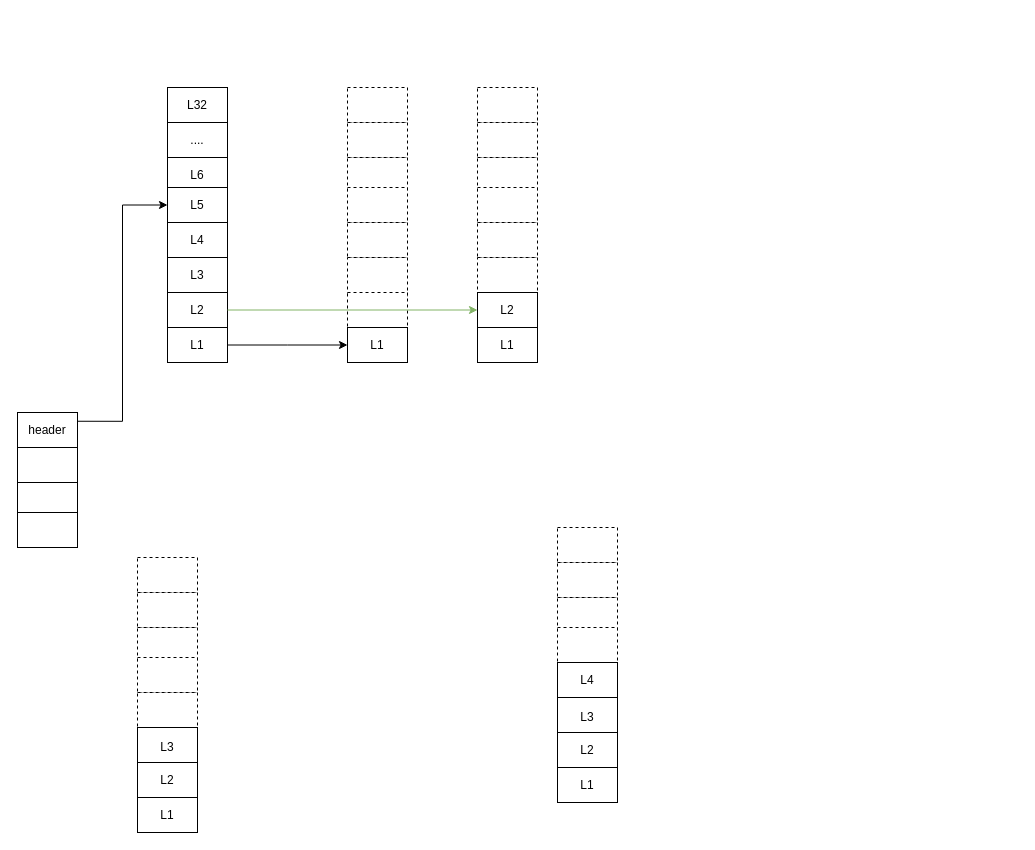
Before: skiplist.drawio in ffashion/drawio, a draw.io diagram. Source tidied: cells renumbered, new cells numbered last; positions are measured from the earlier drawing's top-left corner, leaving out a move shared by most shapes. Both pictures are drawn from the tidied source at 100%, with x=0, y=0 at pixel (17, 87).
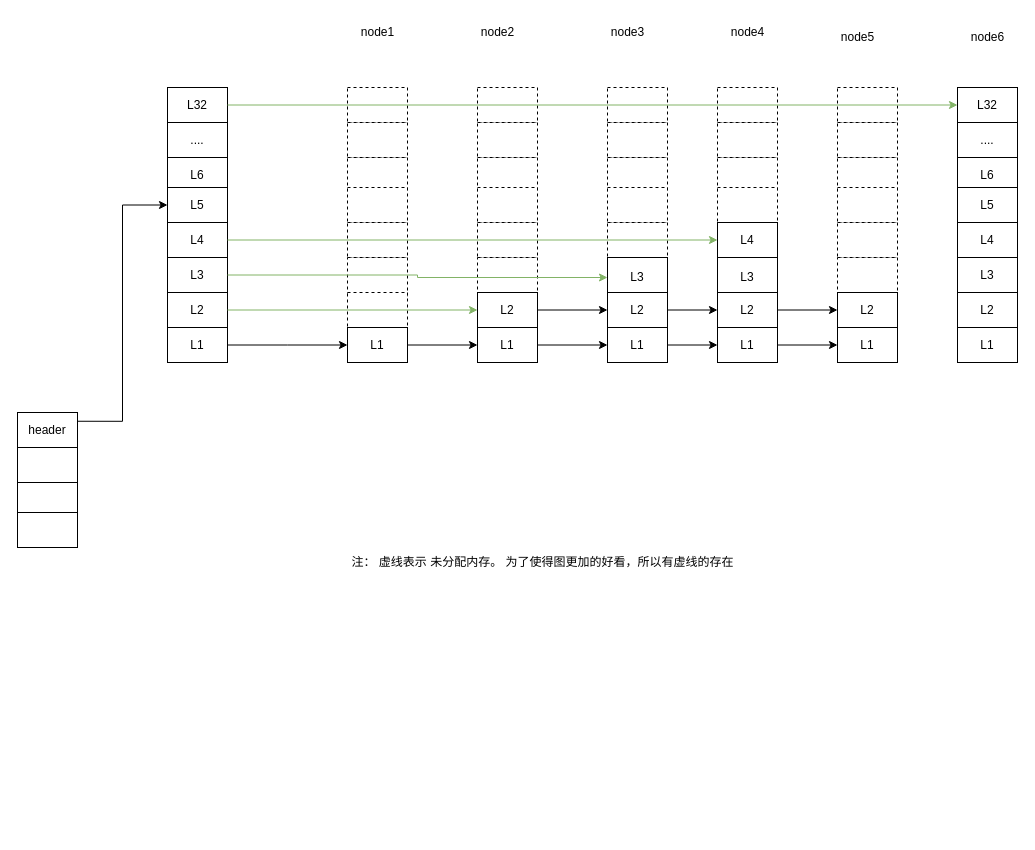
After the change.

Unchanged cells that the change refers to:
```xml
<mxCell id="7" value="L32" style="rounded=0;whiteSpace=wrap;html=1;" parent="1" vertex="1">
  <mxGeometry x="150" width="60" height="35" as="geometry" />
</mxCell>
<mxCell id="11" value="L4" style="rounded=0;whiteSpace=wrap;html=1;" parent="1" vertex="1">
  <mxGeometry x="150" y="135" width="60" height="35" as="geometry" />
</mxCell>
<mxCell id="12" value="L3" style="rounded=0;whiteSpace=wrap;html=1;" parent="1" vertex="1">
  <mxGeometry x="150" y="170" width="60" height="35" as="geometry" />
</mxCell>
<mxCell id="22" value="L2" style="rounded=0;whiteSpace=wrap;html=1;labelBorderColor=none;labelBackgroundColor=none;" parent="1" vertex="1">
  <mxGeometry x="460" y="205" width="60" height="35" as="geometry" />
</mxCell>
<mxCell id="23" value="L1" style="rounded=0;whiteSpace=wrap;html=1;" parent="1" vertex="1">
  <mxGeometry x="460" y="240" width="60" height="35" as="geometry" />
</mxCell>
<mxCell id="31" value="L1" style="rounded=0;whiteSpace=wrap;html=1;" parent="1" vertex="1">
  <mxGeometry x="330" y="240" width="60" height="35" as="geometry" />
</mxCell>
```

The edit, as a diff of the source:
```diff
@@
+    <mxCell id="49" style="edgeStyle=orthogonalEdgeStyle;rounded=0;jettySize=auto;html=1;exitX=1;exitY=0.5;exitDx=0;exitDy=0;entryX=0;entryY=0.5;entryDx=0;entryDy=0;" parent="1" edge="1" source="22" target="38">
+      <mxGeometry relative="1" as="geometry" />
+    </mxCell>
@@
+    <mxCell id="50" style="edgeStyle=orthogonalEdgeStyle;rounded=0;jettySize=auto;html=1;exitX=1;exitY=0.5;exitDx=0;exitDy=0;" parent="1" edge="1" source="23" target="39">
+      <mxGeometry relative="1" as="geometry" />
+    </mxCell>
@@
+    <mxCell id="51" style="edgeStyle=orthogonalEdgeStyle;rounded=0;jettySize=auto;html=1;exitX=1;exitY=0.5;exitDx=0;exitDy=0;" parent="1" edge="1" source="31" target="23">
+      <mxGeometry relative="1" as="geometry" />
+    </mxCell>
@@
     <mxCell id="32" style="rounded=0;whiteSpace=wrap;html=1;dashed=1;" parent="1" vertex="1">
-      <mxGeometry x="120" y="470" width="60" height="35" as="geometry" />
+      <mxGeometry x="590" width="60" height="35" as="geometry" />
     </mxCell>
     <mxCell id="33" style="rounded=0;whiteSpace=wrap;html=1;dashed=1;" parent="1" vertex="1">
-      <mxGeometry x="120" y="505" width="60" height="35" as="geometry" />
+      <mxGeometry x="590" y="35" width="60" height="35" as="geometry" />
     </mxCell>
     <mxCell id="34" style="rounded=0;whiteSpace=wrap;html=1;dashed=1;" parent="1" vertex="1">
-      <mxGeometry x="120" y="540" width="60" height="35" as="geometry" />
+      <mxGeometry x="590" y="70" width="60" height="35" as="geometry" />
     </mxCell>
     <mxCell id="35" style="rounded=0;whiteSpace=wrap;html=1;dashed=1;" parent="1" vertex="1">
-      <mxGeometry x="120" y="570" width="60" height="35" as="geometry" />
+      <mxGeometry x="590" y="100" width="60" height="35" as="geometry" />
     </mxCell>
     <mxCell id="36" style="rounded=0;whiteSpace=wrap;html=1;dashed=1;" parent="1" vertex="1">
-      <mxGeometry x="120" y="605" width="60" height="35" as="geometry" />
+      <mxGeometry x="590" y="135" width="60" height="35" as="geometry" />
     </mxCell>
     <mxCell id="37" value="L3" style="rounded=0;whiteSpace=wrap;html=1;" parent="1" vertex="1">
-      <mxGeometry x="120" y="640" width="60" height="40" as="geometry" />
+      <mxGeometry x="590" y="170" width="60" height="40" as="geometry" />
     </mxCell>
+    <mxCell id="52" style="edgeStyle=orthogonalEdgeStyle;rounded=0;jettySize=auto;html=1;exitX=1;exitY=0.5;exitDx=0;exitDy=0;" parent="1" edge="1" source="38" target="46">
+      <mxGeometry relative="1" as="geometry" />
+    </mxCell>
     <mxCell id="38" value="L2" style="rounded=0;whiteSpace=wrap;html=1;labelBorderColor=none;labelBackgroundColor=none;" parent="1" vertex="1">
-      <mxGeometry x="120" y="675" width="60" height="35" as="geometry" />
+      <mxGeometry x="590" y="205" width="60" height="35" as="geometry" />
     </mxCell>
+    <mxCell id="53" style="edgeStyle=orthogonalEdgeStyle;rounded=0;jettySize=auto;html=1;exitX=1;exitY=0.5;exitDx=0;exitDy=0;entryX=0;entryY=0.5;entryDx=0;entryDy=0;" parent="1" edge="1" source="39" target="47">
+      <mxGeometry relative="1" as="geometry" />
+    </mxCell>
     <mxCell id="39" value="L1" style="rounded=0;whiteSpace=wrap;html=1;" parent="1" vertex="1">
-      <mxGeometry x="120" y="710" width="60" height="35" as="geometry" />
+      <mxGeometry x="590" y="240" width="60" height="35" as="geometry" />
     </mxCell>
     <mxCell id="40" style="rounded=0;whiteSpace=wrap;html=1;dashed=1;" parent="1" vertex="1">
-      <mxGeometry x="540" y="440" width="60" height="35" as="geometry" />
+      <mxGeometry x="700" width="60" height="35" as="geometry" />
     </mxCell>
     <mxCell id="41" style="rounded=0;whiteSpace=wrap;html=1;dashed=1;" parent="1" vertex="1">
-      <mxGeometry x="540" y="475" width="60" height="35" as="geometry" />
+      <mxGeometry x="700" y="35" width="60" height="35" as="geometry" />
     </mxCell>
     <mxCell id="42" style="rounded=0;whiteSpace=wrap;html=1;dashed=1;" parent="1" vertex="1">
-      <mxGeometry x="540" y="510" width="60" height="35" as="geometry" />
+      <mxGeometry x="700" y="70" width="60" height="35" as="geometry" />
     </mxCell>
     <mxCell id="43" style="rounded=0;whiteSpace=wrap;html=1;dashed=1;" parent="1" vertex="1">
-      <mxGeometry x="540" y="540" width="60" height="35" as="geometry" />
+      <mxGeometry x="700" y="100" width="60" height="35" as="geometry" />
     </mxCell>
     <mxCell id="44" value="L4" style="rounded=0;whiteSpace=wrap;html=1;" parent="1" vertex="1">
-      <mxGeometry x="540" y="575" width="60" height="35" as="geometry" />
+      <mxGeometry x="700" y="135" width="60" height="35" as="geometry" />
     </mxCell>
     <mxCell id="45" value="L3" style="rounded=0;whiteSpace=wrap;html=1;" parent="1" vertex="1">
-      <mxGeometry x="540" y="610" width="60" height="40" as="geometry" />
+      <mxGeometry x="700" y="170" width="60" height="40" as="geometry" />
     </mxCell>
+    <mxCell id="54" style="edgeStyle=orthogonalEdgeStyle;rounded=0;jettySize=auto;html=1;exitX=1;exitY=0.5;exitDx=0;exitDy=0;entryX=0;entryY=0.5;entryDx=0;entryDy=0;" parent="1" edge="1" source="46" target="65">
+      <mxGeometry relative="1" as="geometry" />
+    </mxCell>
     <mxCell id="46" value="L2" style="rounded=0;whiteSpace=wrap;html=1;labelBorderColor=none;labelBackgroundColor=none;" parent="1" vertex="1">
-      <mxGeometry x="540" y="645" width="60" height="35" as="geometry" />
+      <mxGeometry x="700" y="205" width="60" height="35" as="geometry" />
     </mxCell>
+    <mxCell id="55" style="edgeStyle=orthogonalEdgeStyle;rounded=0;jettySize=auto;html=1;exitX=1;exitY=0.5;exitDx=0;exitDy=0;entryX=0;entryY=0.5;entryDx=0;entryDy=0;" parent="1" edge="1" source="47" target="66">
+      <mxGeometry relative="1" as="geometry" />
+    </mxCell>
     <mxCell id="47" value="L1" style="rounded=0;whiteSpace=wrap;html=1;" parent="1" vertex="1">
-      <mxGeometry x="540" y="680" width="60" height="35" as="geometry" />
+      <mxGeometry x="700" y="240" width="60" height="35" as="geometry" />
     </mxCell>
@@
+    <mxCell id="56" style="edgeStyle=orthogonalEdgeStyle;rounded=0;jettySize=auto;html=1;exitX=1;exitY=0.5;exitDx=0;exitDy=0;fillColor=#d5e8d4;strokeColor=#82b366;" parent="1" edge="1" source="11" target="44">
+      <mxGeometry relative="1" as="geometry" />
+    </mxCell>
+    <mxCell id="57" style="edgeStyle=orthogonalEdgeStyle;rounded=0;jettySize=auto;html=1;exitX=1;exitY=0.5;exitDx=0;exitDy=0;entryX=0;entryY=0.5;entryDx=0;entryDy=0;fillColor=#d5e8d4;strokeColor=#82b366;" parent="1" edge="1" source="12" target="37">
+      <mxGeometry relative="1" as="geometry" />
+    </mxCell>
+    <mxCell id="58" value="node1" style="text;html=1;align=center;verticalAlign=middle;strokeColor=none;fillColor=none;" parent="1" vertex="1">
+      <mxGeometry x="330" y="-70" width="60" height="30" as="geometry" />
+    </mxCell>
+    <mxCell id="59" style="rounded=0;whiteSpace=wrap;html=1;dashed=1;" parent="1" vertex="1">
+      <mxGeometry x="820" width="60" height="35" as="geometry" />
+    </mxCell>
+    <mxCell id="60" style="rounded=0;whiteSpace=wrap;html=1;dashed=1;" parent="1" vertex="1">
+      <mxGeometry x="820" y="35" width="60" height="35" as="geometry" />
+    </mxCell>
+    <mxCell id="61" style="rounded=0;whiteSpace=wrap;html=1;dashed=1;" parent="1" vertex="1">
+      <mxGeometry x="820" y="70" width="60" height="35" as="geometry" />
+    </mxCell>
+    <mxCell id="62" style="rounded=0;whiteSpace=wrap;html=1;dashed=1;" parent="1" vertex="1">
+      <mxGeometry x="820" y="100" width="60" height="35" as="geometry" />
+    </mxCell>
+    <mxCell id="63" style="rounded=0;whiteSpace=wrap;html=1;dashed=1;" parent="1" vertex="1">
+      <mxGeometry x="820" y="135" width="60" height="35" as="geometry" />
+    </mxCell>
+    <mxCell id="64" style="rounded=0;whiteSpace=wrap;html=1;dashed=1;" parent="1" vertex="1">
+      <mxGeometry x="820" y="170" width="60" height="40" as="geometry" />
+    </mxCell>
+    <mxCell id="65" value="L2" style="rounded=0;whiteSpace=wrap;html=1;labelBorderColor=none;labelBackgroundColor=none;" parent="1" vertex="1">
+      <mxGeometry x="820" y="205" width="60" height="35" as="geometry" />
+    </mxCell>
+    <mxCell id="66" value="L1" style="rounded=0;whiteSpace=wrap;html=1;" parent="1" vertex="1">
+      <mxGeometry x="820" y="240" width="60" height="35" as="geometry" />
+    </mxCell>
+    <mxCell id="67" value="node2" style="text;html=1;align=center;verticalAlign=middle;strokeColor=none;fillColor=none;" parent="1" vertex="1">
+      <mxGeometry x="450" y="-70" width="60" height="30" as="geometry" />
+    </mxCell>
+    <mxCell id="68" value="node3" style="text;html=1;align=center;verticalAlign=middle;strokeColor=none;fillColor=none;" parent="1" vertex="1">
+      <mxGeometry x="580" y="-70" width="60" height="30" as="geometry" />
+    </mxCell>
+    <mxCell id="69" value="node4" style="text;html=1;align=center;verticalAlign=middle;strokeColor=none;fillColor=none;" parent="1" vertex="1">
+      <mxGeometry x="700" y="-70" width="60" height="30" as="geometry" />
+    </mxCell>
+    <mxCell id="70" value="node5" style="text;html=1;align=center;verticalAlign=middle;strokeColor=none;fillColor=none;" parent="1" vertex="1">
+      <mxGeometry x="810" y="-65" width="60" height="30" as="geometry" />
+    </mxCell>
+    <mxCell id="71" value="注： 虚线表示 未分配内存。 为了使得图更加的好看，所以有虚线的存在&lt;br&gt;" style="text;html=1;align=center;verticalAlign=middle;strokeColor=none;fillColor=none;" parent="1" vertex="1">
+      <mxGeometry x="320" y="460" width="410" height="30" as="geometry" />
+    </mxCell>
+    <mxCell id="72" value="node6" style="text;html=1;align=center;verticalAlign=middle;strokeColor=none;fillColor=none;" parent="1" vertex="1">
+      <mxGeometry x="940" y="-65" width="60" height="30" as="geometry" />
+    </mxCell>
+    <mxCell id="73" value="L32" style="rounded=0;whiteSpace=wrap;html=1;" parent="1" vertex="1">
+      <mxGeometry x="940" width="60" height="35" as="geometry" />
+    </mxCell>
+    <mxCell id="74" value="...." style="rounded=0;whiteSpace=wrap;html=1;" parent="1" vertex="1">
+      <mxGeometry x="940" y="35" width="60" height="35" as="geometry" />
+    </mxCell>
+    <mxCell id="75" value="L6" style="rounded=0;whiteSpace=wrap;html=1;" parent="1" vertex="1">
+      <mxGeometry x="940" y="70" width="60" height="35" as="geometry" />
+    </mxCell>
+    <mxCell id="76" value="L5" style="rounded=0;whiteSpace=wrap;html=1;" parent="1" vertex="1">
+      <mxGeometry x="940" y="100" width="60" height="35" as="geometry" />
+    </mxCell>
+    <mxCell id="77" value="L4" style="rounded=0;whiteSpace=wrap;html=1;" parent="1" vertex="1">
+      <mxGeometry x="940" y="135" width="60" height="35" as="geometry" />
+    </mxCell>
+    <mxCell id="78" value="L3" style="rounded=0;whiteSpace=wrap;html=1;" parent="1" vertex="1">
+      <mxGeometry x="940" y="170" width="60" height="35" as="geometry" />
+    </mxCell>
+    <mxCell id="79" value="L2" style="rounded=0;whiteSpace=wrap;html=1;" parent="1" vertex="1">
+      <mxGeometry x="940" y="205" width="60" height="35" as="geometry" />
+    </mxCell>
+    <mxCell id="80" value="L1" style="rounded=0;whiteSpace=wrap;html=1;" parent="1" vertex="1">
+      <mxGeometry x="940" y="240" width="60" height="35" as="geometry" />
+    </mxCell>
+    <mxCell id="81" style="edgeStyle=orthogonalEdgeStyle;rounded=0;jettySize=auto;html=1;exitX=1;exitY=0.5;exitDx=0;exitDy=0;fillColor=#d5e8d4;strokeColor=#82b366;" parent="1" edge="1" source="7" target="73">
+      <mxGeometry relative="1" as="geometry" />
+    </mxCell>
```
